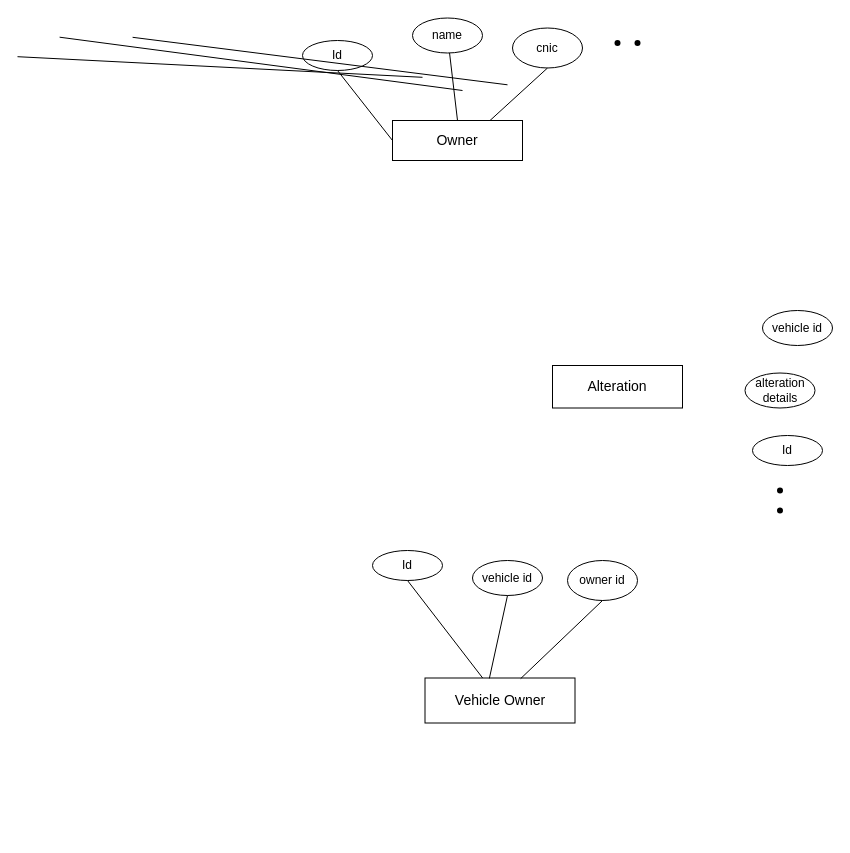
MunawarJohar/Create-a-2D-Map-using-python keeps this draw.io diagram as Untitled Diagram.drawio. Above is the earlier version. Source tidied: cells renumbered, new cells numbered last; positions are measured from the earlier drawing's top-left corner, leaving out a move shared by most shapes. Both pictures are drawn from the tidied source at 100%, with x=0, y=0 at pixel (17, 18).
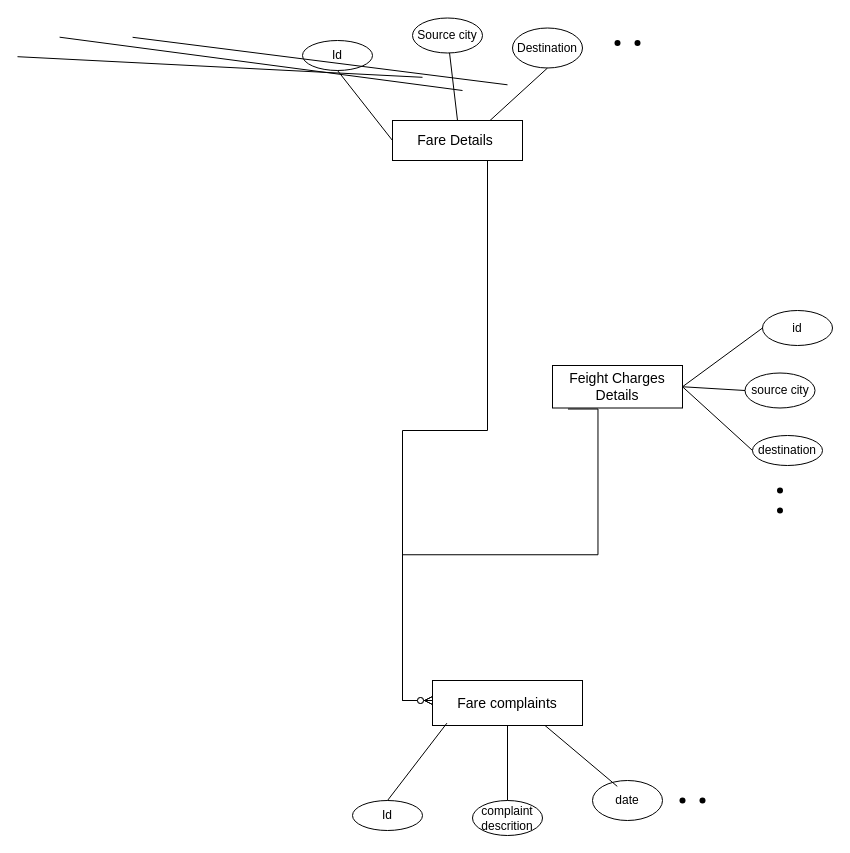
After the change.

The edit, as a diff of the source:
```diff
@@
-    <mxCell id="2" value="&lt;span style=&quot;font-size: 14px;&quot;&gt;Owner&lt;/span&gt;" style="rounded=0;whiteSpace=wrap;html=1;" parent="1" vertex="1">
+    <mxCell id="2" value="&lt;span style=&quot;font-size: 14px;&quot;&gt;Fare Details&amp;nbsp;&lt;/span&gt;" style="rounded=0;whiteSpace=wrap;html=1;" parent="1" vertex="1">
       <mxGeometry x="375" y="102" width="130" height="40" as="geometry" />
     </mxCell>
-    <mxCell id="3" value="&lt;font style=&quot;font-size: 14px;&quot;&gt;Vehicle Owner&lt;/font&gt;" style="rounded=0;whiteSpace=wrap;html=1;" parent="1" vertex="1">
-      <mxGeometry x="407.5" y="659.5" width="150" height="45" as="geometry" />
+    <mxCell id="3" value="&lt;span style=&quot;font-size: 14px;&quot;&gt;Fare complaints&lt;/span&gt;" style="rounded=0;whiteSpace=wrap;html=1;" parent="1" vertex="1">
+      <mxGeometry x="415" y="662" width="150" height="45" as="geometry" />
     </mxCell>
@@
-    <mxCell id="5" value="name" style="ellipse;whiteSpace=wrap;html=1;align=center;" parent="1" vertex="1">
+    <mxCell id="5" value="Source city" style="ellipse;whiteSpace=wrap;html=1;align=center;" parent="1" vertex="1">
       <mxGeometry x="395" y="-0.5" width="70" height="35" as="geometry" />
     </mxCell>
-    <mxCell id="6" value="cnic" style="ellipse;whiteSpace=wrap;html=1;align=center;" parent="1" vertex="1">
+    <mxCell id="6" value="Destination" style="ellipse;whiteSpace=wrap;html=1;align=center;" parent="1" vertex="1">
       <mxGeometry x="495" y="9.5" width="70" height="40" as="geometry" />
     </mxCell>
@@
     <mxCell id="9" value="Id" style="ellipse;whiteSpace=wrap;html=1;align=center;" parent="1" vertex="1">
-      <mxGeometry x="355" y="532" width="70" height="30" as="geometry" />
+      <mxGeometry x="335" y="782" width="70" height="30" as="geometry" />
     </mxCell>
-    <mxCell id="10" value="vehicle id" style="ellipse;whiteSpace=wrap;html=1;align=center;" parent="1" vertex="1">
-      <mxGeometry x="455" y="542" width="70" height="35" as="geometry" />
+    <mxCell id="10" value="complaint descrition" style="ellipse;whiteSpace=wrap;html=1;align=center;" parent="1" vertex="1">
+      <mxGeometry x="455" y="782" width="70" height="35" as="geometry" />
     </mxCell>
-    <mxCell id="11" value="owner id" style="ellipse;whiteSpace=wrap;html=1;align=center;" parent="1" vertex="1">
-      <mxGeometry x="550" y="542" width="70" height="40" as="geometry" />
+    <mxCell id="11" value="date" style="ellipse;whiteSpace=wrap;html=1;align=center;" parent="1" vertex="1">
+      <mxGeometry x="575" y="762" width="70" height="40" as="geometry" />
     </mxCell>
@@
-    <mxCell id="17" style="endArrow=none;html=1;rounded=0;exitX=0.5;exitY=1;exitDx=0;exitDy=0;" parent="1" edge="1" source="9" target="3">
+    <mxCell id="17" style="endArrow=none;html=1;rounded=0;exitX=0.5;exitY=0;exitDx=0;exitDy=0;entryX=0.096;entryY=0.948;entryDx=0;entryDy=0;entryPerimeter=0;" parent="1" edge="1" source="9" target="3">
       <mxGeometry relative="1" as="geometry" />
     </mxCell>
@@
-    <mxCell id="19" style="endArrow=none;html=1;rounded=0;entryX=0.5;entryY=1;entryDx=0;entryDy=0;exitX=0.429;exitY=0.01;exitDx=0;exitDy=0;exitPerimeter=0;" parent="1" edge="1" source="3" target="10">
+    <mxCell id="19" style="endArrow=none;html=1;rounded=0;entryX=0.5;entryY=0;entryDx=0;entryDy=0;" parent="1" edge="1" source="3" target="10">
       <mxGeometry relative="1" as="geometry" />
     </mxCell>
-    <mxCell id="20" style="endArrow=none;html=1;rounded=0;entryX=0.5;entryY=1;entryDx=0;entryDy=0;exitX=0.638;exitY=0.013;exitDx=0;exitDy=0;exitPerimeter=0;" parent="1" edge="1" source="3" target="11">
+    <mxCell id="20" style="endArrow=none;html=1;rounded=0;entryX=0.354;entryY=0.147;entryDx=0;entryDy=0;exitX=0.75;exitY=1;exitDx=0;exitDy=0;entryPerimeter=0;" parent="1" edge="1" source="3" target="11">
       <mxGeometry relative="1" as="geometry" />
     </mxCell>
-    <mxCell id="21" value="&lt;font style=&quot;font-size: 14px;&quot;&gt;Alteration&lt;/font&gt;" style="rounded=0;whiteSpace=wrap;html=1;" parent="1" vertex="1">
+    <mxCell id="21" value="&lt;span style=&quot;font-size: 14px;&quot;&gt;Feight Charges Details&lt;/span&gt;" style="rounded=0;whiteSpace=wrap;html=1;" parent="1" vertex="1">
       <mxGeometry x="535" y="347" width="130" height="42.5" as="geometry" />
     </mxCell>
-    <mxCell id="22" value="Id" style="ellipse;whiteSpace=wrap;html=1;align=center;" parent="1" vertex="1">
+    <mxCell id="22" value="destination" style="ellipse;whiteSpace=wrap;html=1;align=center;" parent="1" vertex="1">
       <mxGeometry x="735" y="417" width="70" height="30" as="geometry" />
     </mxCell>
-    <mxCell id="23" value="vehicle id" style="ellipse;whiteSpace=wrap;html=1;align=center;" parent="1" vertex="1">
+    <mxCell id="23" value="id" style="ellipse;whiteSpace=wrap;html=1;align=center;" parent="1" vertex="1">
       <mxGeometry x="745" y="292" width="70" height="35" as="geometry" />
     </mxCell>
-    <mxCell id="24" value="alteration details" style="ellipse;whiteSpace=wrap;html=1;align=center;" parent="1" vertex="1">
+    <mxCell id="24" value="source city" style="ellipse;whiteSpace=wrap;html=1;align=center;" parent="1" vertex="1">
       <mxGeometry x="727.5" y="354.5" width="70" height="35" as="geometry" />
     </mxCell>
@@
+    <mxCell id="27" style="shape=waypoint;sketch=0;size=6;fillColor=none;perimeter=centerPerimeter;" parent="1" vertex="1">
+      <mxGeometry x="675" y="772" width="20" height="20" as="geometry" />
+    </mxCell>
+    <mxCell id="28" style="shape=waypoint;sketch=0;size=6;fillColor=none;perimeter=centerPerimeter;" parent="1" vertex="1">
+      <mxGeometry x="655" y="772" width="20" height="20" as="geometry" />
+    </mxCell>
+    <mxCell id="29" style="endArrow=none;html=1;rounded=0;entryX=0;entryY=0.5;entryDx=0;entryDy=0;exitX=1;exitY=0.5;exitDx=0;exitDy=0;" parent="1" edge="1" source="21" target="23">
+      <mxGeometry relative="1" as="geometry" />
+    </mxCell>
+    <mxCell id="30" style="endArrow=none;html=1;rounded=0;exitX=1;exitY=0.5;exitDx=0;exitDy=0;entryX=0;entryY=0.5;entryDx=0;entryDy=0;" parent="1" edge="1" source="21" target="22">
+      <mxGeometry relative="1" as="geometry" />
+    </mxCell>
+    <mxCell id="31" style="endArrow=none;html=1;rounded=0;entryX=0;entryY=0.5;entryDx=0;entryDy=0;exitX=1;exitY=0.5;exitDx=0;exitDy=0;" parent="1" edge="1" source="21" target="24">
+      <mxGeometry relative="1" as="geometry" />
+    </mxCell>
+    <mxCell id="32" style="edgeStyle=entityRelationEdgeStyle;fontSize=12;html=1;endArrow=ERzeroToMany;endFill=1;rounded=0;exitX=0.119;exitY=1.024;exitDx=0;exitDy=0;exitPerimeter=0;" parent="1" edge="1" source="21">
+      <mxGeometry relative="1" as="geometry">
+        <mxPoint x="415" y="682" as="targetPoint" />
+        <Array as="points">
+          <mxPoint x="250" y="422" />
+        </Array>
+      </mxGeometry>
+    </mxCell>
+    <mxCell id="33" style="edgeStyle=entityRelationEdgeStyle;fontSize=12;html=1;endArrow=ERzeroToMany;endFill=1;rounded=0;exitX=0.5;exitY=1;exitDx=0;exitDy=0;" parent="1" edge="1" source="2">
+      <mxGeometry relative="1" as="geometry">
+        <mxPoint x="415" y="682" as="targetPoint" />
+      </mxGeometry>
+    </mxCell>
```
